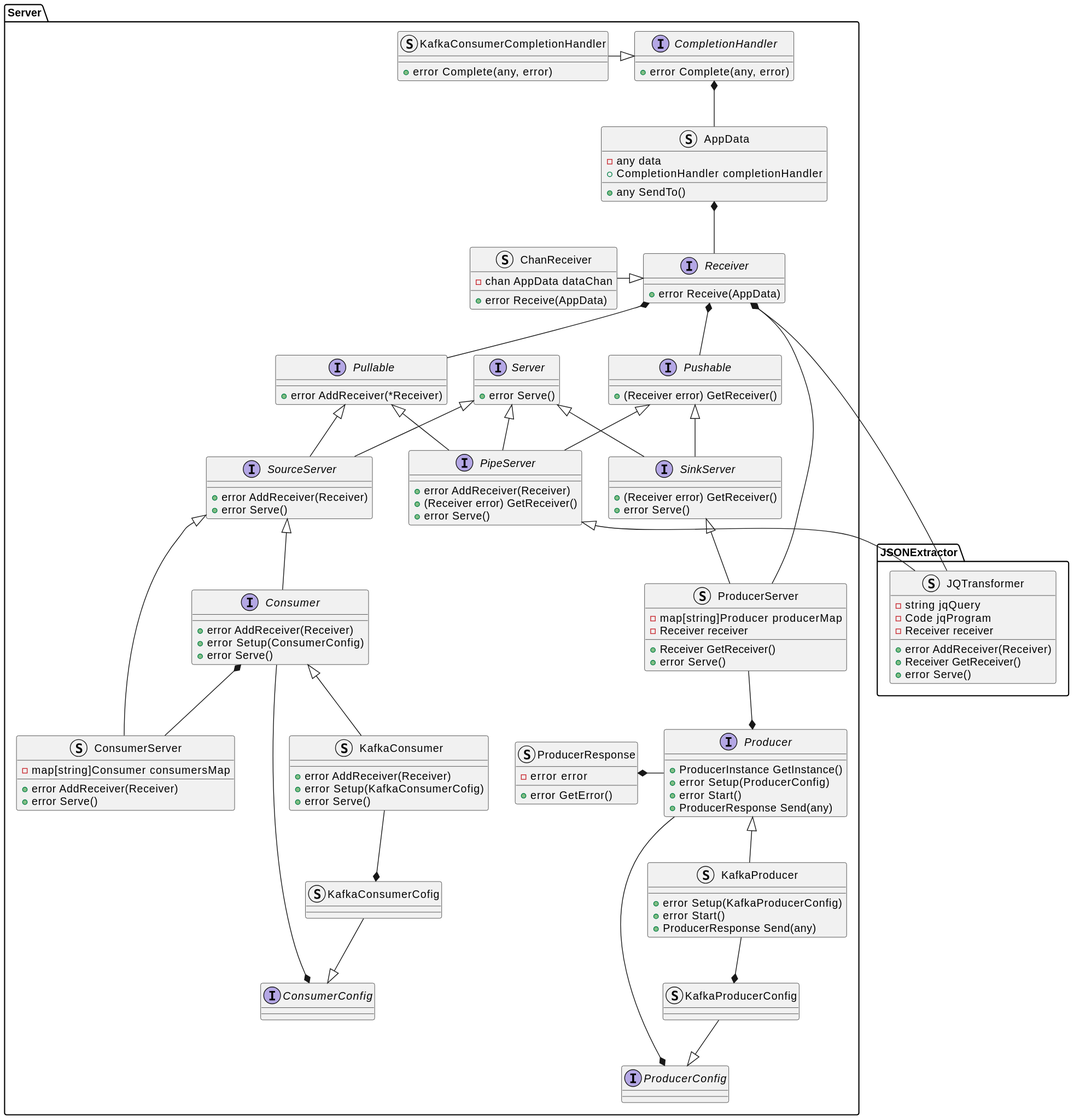
Earlier version of the PlantUML export docs/design_notes/DN1_JSON_Extractor/class_diagram.svg (xtuml/otel2pv).
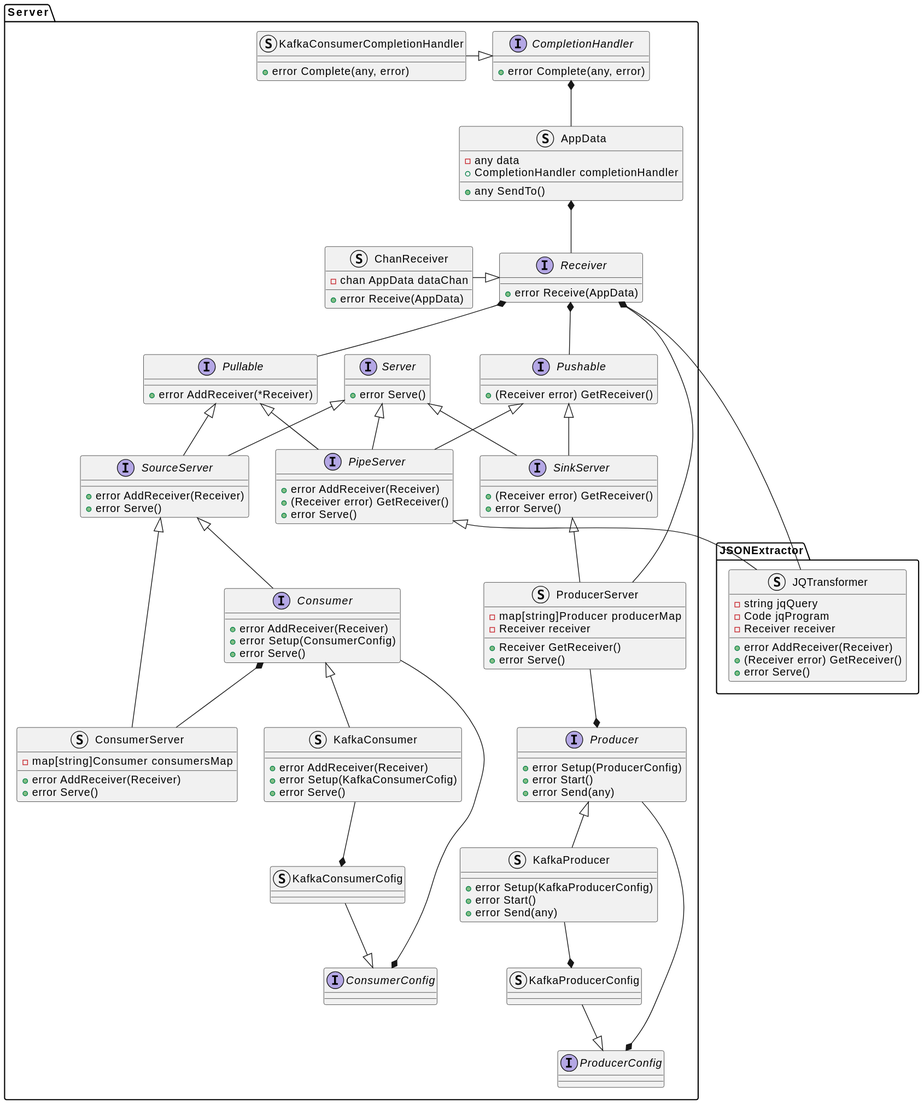
Later version of the same file.

Commit message:
Cdsopv 42 create producer interface (#14)

Change to the diagram source:
```diff
@@ -5,7 +5,7 @@
         -Code jqProgram
         -Receiver receiver
         +error AddReceiver(Receiver)
-        +Receiver GetReceiver()
+        +(Receiver error) GetReceiver()
         +error Serve()
     }
 }
@@ -50,15 +50,10 @@
         +(Receiver error) GetReceiver()
         +error Serve()
     }
-    struct ProducerResponse {
-        -error error
-        +error GetError()
-    }
     interface Producer {
-        +ProducerInstance GetInstance()
         +error Setup(ProducerConfig)
         +error Start()
-        +ProducerResponse Send(any)
+        +error Send(any)
     }
     interface Consumer {
         +error AddReceiver(Receiver)
@@ -73,7 +68,7 @@
     struct KafkaProducer {
         +error Setup(KafkaProducerConfig)
         +error Start()
-        +ProducerResponse Send(any)
+        +error Send(any)
     }
     struct ProducerServer {
         -map[string]Producer producerMap
@@ -105,7 +100,6 @@
 Server.Pullable <|-- Server.PipeServer
 Server.Server <|-- Server.PipeServer
 
-Server.ProducerResponse *-right- Server.Producer
 Server.Producer <|-- Server.KafkaProducer
 Server.Consumer <|-- Server.KafkaConsumer
 Server.Producer *-up- Server.ProducerServer
```
